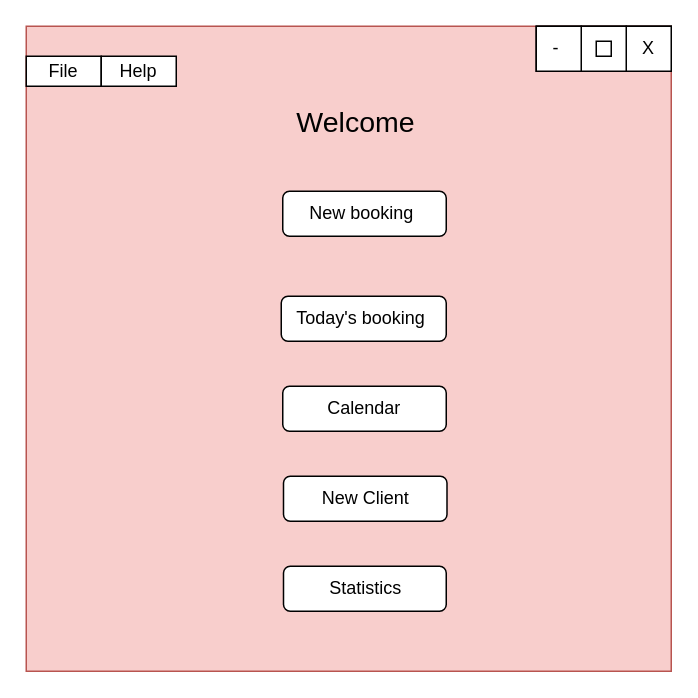
Earlier version of the draw.io diagram homepage.drawio (B34427/ComputingProject). Source tidied: cells renumbered, new cells numbered last; positions are measured from the earlier drawing's top-left corner, leaving out a move shared by most shapes. Both pictures are drawn from the tidied source at 150%, with x=0, y=0 at pixel (26, 26).
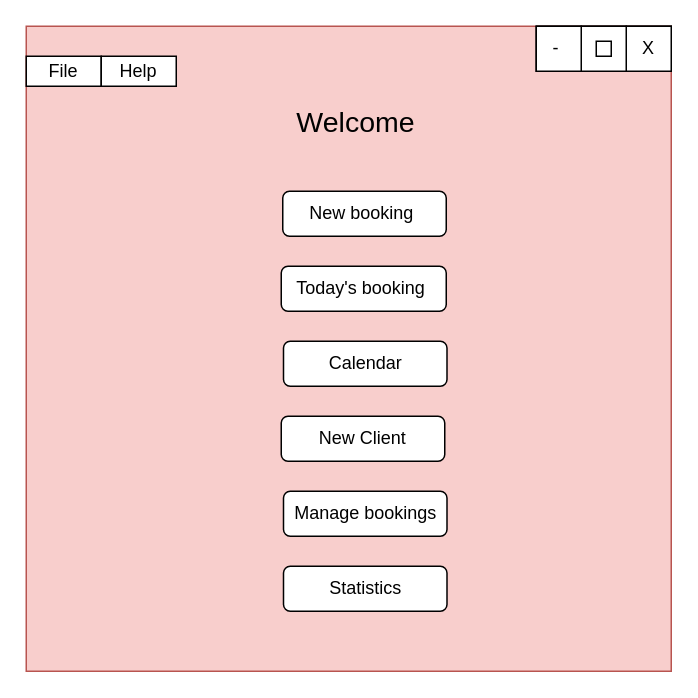
After the change.

What changed in the source:
```diff
@@
 <mxGraphModel>
   <root>
     <mxCell id="0" />
     <mxCell id="1" parent="0" />
     <mxCell id="2" style="whiteSpace=wrap;html=1;fillColor=#f8cecc;strokeColor=#b85450;" parent="1" vertex="1">
       <mxGeometry width="430" height="430" as="geometry" />
     </mxCell>
     <mxCell id="3" value="Welcome" style="text;html=1;align=center;verticalAlign=middle;whiteSpace=wrap;rounded=0;fontSize=19;" parent="1" vertex="1">
       <mxGeometry x="170" y="40" width="100" height="50" as="geometry" />
     </mxCell>
     <mxCell id="4" value="New booking&amp;nbsp;" style="rounded=1;whiteSpace=wrap;html=1;" parent="1" vertex="1">
       <mxGeometry x="171" y="110" width="109" height="30" as="geometry" />
     </mxCell>
     <mxCell id="5" value="Today's booking&amp;nbsp;" style="rounded=1;whiteSpace=wrap;html=1;" parent="1" vertex="1">
-      <mxGeometry x="170" y="180" width="110" height="30" as="geometry" />
+      <mxGeometry x="170" y="160" width="110" height="30" as="geometry" />
     </mxCell>
     <mxCell id="6" value="Calendar" style="rounded=1;whiteSpace=wrap;html=1;" parent="1" vertex="1">
-      <mxGeometry x="171" y="240" width="109" height="30" as="geometry" />
+      <mxGeometry x="171.5" y="210" width="109" height="30" as="geometry" />
     </mxCell>
     <mxCell id="7" value="New Client" style="rounded=1;whiteSpace=wrap;html=1;" parent="1" vertex="1">
-      <mxGeometry x="171.5" y="300" width="109" height="30" as="geometry" />
+      <mxGeometry x="170" y="260" width="109" height="30" as="geometry" />
     </mxCell>
-    <mxCell id="8" value="Statistics" style="rounded=1;whiteSpace=wrap;html=1;" parent="1" vertex="1">
-      <mxGeometry x="171.5" y="360" width="108.5" height="30" as="geometry" />
+    <mxCell id="8" value="Statistics" style="rounded=1;whiteSpace=wrap;html=1;rotation=0;" parent="1" vertex="1">
+      <mxGeometry x="171.5" y="360" width="109" height="30" as="geometry" />
     </mxCell>
     <mxCell id="9" style="rounded=0;whiteSpace=wrap;html=1;" parent="1" vertex="1">
       <mxGeometry x="340" width="90" height="30" as="geometry" />
     </mxCell>
     <mxCell id="10" value="X" style="whiteSpace=wrap;html=1;" parent="1" vertex="1">
       <mxGeometry x="400" width="30" height="30" as="geometry" />
     </mxCell>
     <mxCell id="11" style="whiteSpace=wrap;html=1;" parent="1" vertex="1">
       <mxGeometry x="370" width="30" height="30" as="geometry" />
     </mxCell>
     <mxCell id="12" value="-&amp;nbsp;" style="whiteSpace=wrap;html=1;" parent="1" vertex="1">
       <mxGeometry x="340" width="30" height="30" as="geometry" />
     </mxCell>
     <mxCell id="13" style="whiteSpace=wrap;html=1;" parent="1" vertex="1">
       <mxGeometry x="380" y="10" width="10" height="10" as="geometry" />
     </mxCell>
     <mxCell id="14" value="File" style="rounded=0;whiteSpace=wrap;html=1;" parent="1" vertex="1">
       <mxGeometry y="20" width="50" height="20" as="geometry" />
     </mxCell>
     <mxCell id="15" value="Help" style="rounded=0;whiteSpace=wrap;html=1;" parent="1" vertex="1">
       <mxGeometry x="50" y="20" width="50" height="20" as="geometry" />
     </mxCell>
+    <mxCell id="16" value="Manage bookings" style="rounded=1;whiteSpace=wrap;html=1;rotation=0;" parent="1" vertex="1">
+      <mxGeometry x="171.5" y="310" width="109" height="30" as="geometry" />
+    </mxCell>
   </root>
 </mxGraphModel>
```
